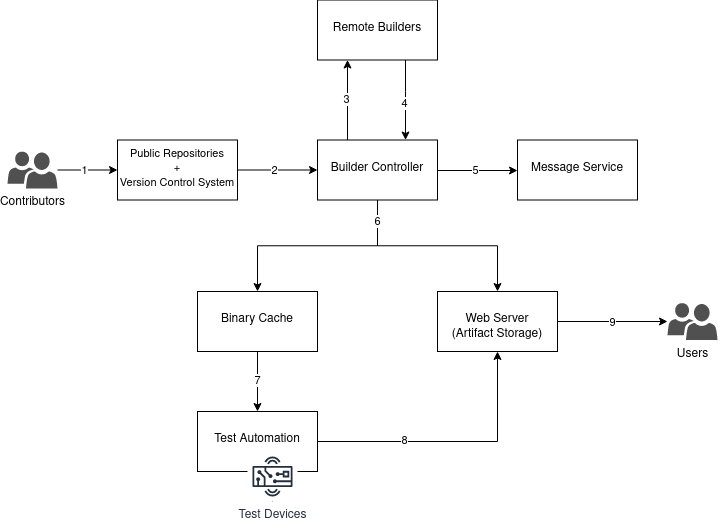
This is img/CICD_general.drawio.png from juliuskoskela/ghaf, a draw.io export, as it was before one commit. Source tidied: cells renumbered, new cells last; positions are measured from the earlier drawing's top-left corner, leaving out a move shared by most shapes.
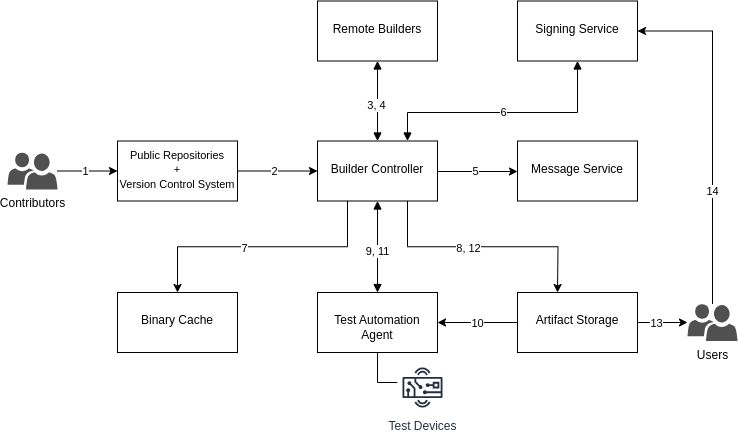
The same diagram one commit later.

Change to the diagram source:
```diff
@@ -20,15 +20,6 @@
     <mxCell id="7" value="&lt;font style=&quot;font-size: 11px;&quot;&gt;Public Repositories&lt;br&gt;+&lt;br&gt;Version Control System&lt;/font&gt;" style="rounded=1;whiteSpace=wrap;html=1;verticalAlign=top;sketch=0;shadow=0;dashed=0;align=center;arcSize=0;" parent="1" vertex="1">
       <mxGeometry x="110" y="140.5" width="120" height="60" as="geometry" />
     </mxCell>
-    <mxCell id="8" style="edgeStyle=orthogonalEdgeStyle;rounded=0;orthogonalLoop=1;jettySize=auto;html=1;" parent="1" edge="1">
-      <mxGeometry relative="1" as="geometry">
-        <mxPoint x="340" y="140.5" as="sourcePoint" />
-        <mxPoint x="340" y="60.5" as="targetPoint" />
-      </mxGeometry>
-    </mxCell>
-    <mxCell id="9" value="3" style="edgeLabel;html=1;align=center;verticalAlign=middle;" parent="8" vertex="1">
-      <mxGeometry x="0.02" y="1" relative="1" as="geometry" />
-    </mxCell>
     <mxCell id="10" style="edgeStyle=orthogonalEdgeStyle;rounded=0;orthogonalLoop=1;jettySize=auto;html=1;" parent="1" edge="1">
       <mxGeometry relative="1" as="geometry">
         <mxPoint x="430" y="171" as="sourcePoint" />
@@ -38,72 +29,98 @@
     <mxCell id="11" value="5" style="edgeLabel;html=1;align=center;verticalAlign=middle;" parent="10" vertex="1">
       <mxGeometry x="-0.06" relative="1" as="geometry" />
     </mxCell>
-    <mxCell id="12" style="edgeStyle=orthogonalEdgeStyle;rounded=0;jettySize=auto;html=1;" parent="1" edge="1" source="13" target="20">
+    <mxCell id="12" style="edgeStyle=orthogonalEdgeStyle;rounded=0;jettySize=auto;html=1;exitX=0.25;exitY=1;exitDx=0;exitDy=0;entryX=0.5;entryY=0;entryDx=0;entryDy=0;" parent="1" edge="1" source="13" target="20">
       <mxGeometry relative="1" as="geometry" />
     </mxCell>
+    <mxCell id="19" value="7" style="edgeLabel;html=1;align=center;verticalAlign=middle;" parent="12" vertex="1">
+      <mxGeometry x="0.14" y="1" relative="1" as="geometry" />
+    </mxCell>
+    <mxCell id="32" style="edgeStyle=orthogonalEdgeStyle;rounded=0;jettySize=auto;html=1;exitX=0.75;exitY=1;exitDx=0;exitDy=0;" parent="1" edge="1" source="13">
+      <mxGeometry relative="1" as="geometry">
+        <mxPoint x="550" y="292" as="targetPoint" />
+      </mxGeometry>
+    </mxCell>
+    <mxCell id="33" value="8, 12" style="edgeLabel;html=1;align=center;verticalAlign=middle;" parent="32" vertex="1">
+      <mxGeometry x="-0.12" y="-1" relative="1" as="geometry" />
+    </mxCell>
     <mxCell id="13" value="&lt;br&gt;Builder Controller" style="rounded=1;whiteSpace=wrap;html=1;verticalAlign=top;sketch=0;shadow=0;dashed=0;arcSize=0;" parent="1" vertex="1">
       <mxGeometry x="310" y="140.5" width="120" height="60" as="geometry" />
     </mxCell>
-    <mxCell id="14" style="edgeStyle=orthogonalEdgeStyle;rounded=0;orthogonalLoop=1;jettySize=auto;html=1;" parent="1" edge="1">
-      <mxGeometry relative="1" as="geometry">
-        <mxPoint x="398" y="60.5" as="sourcePoint" />
-        <mxPoint x="398" y="140.5" as="targetPoint" />
-        <Array as="points">
-          <mxPoint x="398" y="92" />
-          <mxPoint x="398" y="92" />
-        </Array>
-      </mxGeometry>
-    </mxCell>
-    <mxCell id="15" value="4" style="edgeLabel;html=1;align=center;verticalAlign=middle;" parent="14" vertex="1">
-      <mxGeometry x="0.07" y="-1" relative="1" as="geometry" />
-    </mxCell>
     <mxCell id="16" value="&lt;br&gt;Remote Builders" style="rounded=1;whiteSpace=wrap;html=1;verticalAlign=top;sketch=0;shadow=0;dashed=0;arcSize=0;" parent="1" vertex="1">
       <mxGeometry x="310" y="0.5" width="120" height="60" as="geometry" />
     </mxCell>
     <mxCell id="17" value="&lt;br&gt;Message Service" style="rounded=1;whiteSpace=wrap;html=1;verticalAlign=top;sketch=0;shadow=0;dashed=0;arcSize=0;" parent="1" vertex="1">
       <mxGeometry x="510" y="140.5" width="120" height="60" as="geometry" />
     </mxCell>
-    <mxCell id="18" style="edgeStyle=orthogonalEdgeStyle;rounded=0;jettySize=auto;html=1;" parent="1" edge="1" source="20" target="30">
-      <mxGeometry relative="1" as="geometry" />
-    </mxCell>
-    <mxCell id="19" value="7" style="edgeLabel;html=1;align=center;verticalAlign=middle;" parent="18" vertex="1">
-      <mxGeometry x="-0.03" relative="1" as="geometry" />
-    </mxCell>
     <mxCell id="20" value="&lt;br&gt;Binary Cache" style="rounded=1;whiteSpace=wrap;html=1;verticalAlign=top;sketch=0;shadow=0;dashed=0;arcSize=0;" parent="1" vertex="1">
-      <mxGeometry x="190" y="292" width="120" height="60" as="geometry" />
+      <mxGeometry x="110" y="292" width="120" height="60" as="geometry" />
     </mxCell>
     <mxCell id="21" style="edgeStyle=orthogonalEdgeStyle;rounded=0;jettySize=auto;html=1;" parent="1" edge="1" source="23" target="29">
       <mxGeometry relative="1" as="geometry" />
     </mxCell>
-    <mxCell id="22" value="9" style="edgeLabel;html=1;align=center;verticalAlign=middle;" parent="21" vertex="1">
-      <mxGeometry x="-0.01" y="-1" relative="1" as="geometry" />
-    </mxCell>
+    <mxCell id="34" value="13" style="edgeLabel;html=1;align=center;verticalAlign=middle;" parent="21" vertex="1">
+      <mxGeometry x="-0.26" relative="1" as="geometry">
+        <mxPoint y="1" as="offset" />
+      </mxGeometry>
+    </mxCell>
+    <mxCell id="35" style="edgeStyle=orthogonalEdgeStyle;rounded=0;jettySize=auto;html=1;exitX=0;exitY=0.5;exitDx=0;exitDy=0;entryX=1;entryY=0.5;entryDx=0;entryDy=0;" parent="1" edge="1" source="23" target="30">
+      <mxGeometry relative="1" as="geometry" />
+    </mxCell>
+    <mxCell id="36" value="10" style="edgeLabel;html=1;align=center;verticalAlign=middle;" parent="35" vertex="1">
+      <mxGeometry x="0.03" y="1" relative="1" as="geometry" />
+    </mxCell>
-    <mxCell id="23" value="&lt;br&gt;Web Server&lt;br&gt;(Artifact Storage)" style="rounded=1;whiteSpace=wrap;html=1;verticalAlign=top;sketch=0;shadow=0;dashed=0;arcSize=0;" parent="1" vertex="1">
-      <mxGeometry x="430" y="292" width="120" height="60" as="geometry" />
+    <mxCell id="23" value="&lt;br&gt;Artifact Storage" style="rounded=1;whiteSpace=wrap;html=1;verticalAlign=top;sketch=0;shadow=0;dashed=0;arcSize=0;" parent="1" vertex="1">
+      <mxGeometry x="510" y="292" width="120" height="60" as="geometry" />
     </mxCell>
-    <mxCell id="24" style="edgeStyle=orthogonalEdgeStyle;rounded=0;jettySize=auto;html=1;exitX=0.5;exitY=1;exitDx=0;exitDy=0;" parent="1" edge="1" source="13" target="23">
-      <mxGeometry relative="1" as="geometry" />
-    </mxCell>
-    <mxCell id="25" value="6" style="edgeLabel;html=1;align=center;verticalAlign=middle;" parent="24" vertex="1">
-      <mxGeometry x="-0.8" relative="1" as="geometry" />
-    </mxCell>
-    <mxCell id="26" style="edgeStyle=orthogonalEdgeStyle;rounded=0;jettySize=auto;html=1;entryX=0.5;entryY=1;entryDx=0;entryDy=0;" parent="1" edge="1" source="30" target="23">
-      <mxGeometry relative="1" as="geometry" />
-    </mxCell>
-    <mxCell id="27" value="8" style="edgeLabel;html=1;align=center;verticalAlign=middle;" parent="26" vertex="1">
-      <mxGeometry x="-0.35" y="1" relative="1" as="geometry" />
-    </mxCell>
-    <mxCell id="28" style="edgeStyle=orthogonalEdgeStyle;rounded=0;jettySize=auto;html=1;dashed=1;endArrow=none;endFill=0;" parent="1" edge="1" source="30" target="31">
-      <mxGeometry relative="1" as="geometry" />
+    <mxCell id="28" style="edgeStyle=orthogonalEdgeStyle;rounded=0;jettySize=auto;html=1;endArrow=none;endFill=0;" parent="1" edge="1" source="30" target="31">
+      <mxGeometry relative="1" as="geometry">
+        <Array as="points">
+          <mxPoint x="370" y="382" />
+        </Array>
+      </mxGeometry>
     </mxCell>
+    <mxCell id="37" style="edgeStyle=orthogonalEdgeStyle;rounded=0;jettySize=auto;html=1;exitX=0.5;exitY=0;exitDx=0;exitDy=0;exitPerimeter=0;entryX=1;entryY=0.5;entryDx=0;entryDy=0;" parent="1" edge="1" source="29" target="39">
+      <mxGeometry relative="1" as="geometry" />
+    </mxCell>
+    <mxCell id="38" value="14" style="edgeLabel;html=1;align=center;verticalAlign=middle;" parent="37" vertex="1">
+      <mxGeometry x="-0.35" relative="1" as="geometry" />
+    </mxCell>
     <mxCell id="29" value="Users" style="sketch=0;shadow=0;dashed=0;html=1;strokeColor=none;labelPosition=center;verticalLabelPosition=bottom;verticalAlign=top;align=center;fillColor=#505050;shape=mxgraph.mscae.intune.user_group;flipV=0;" parent="1" vertex="1">
-      <mxGeometry x="660" y="303.5" width="50" height="37" as="geometry" />
+      <mxGeometry x="680" y="303.5" width="50" height="37" as="geometry" />
     </mxCell>
-    <mxCell id="30" value="&lt;br&gt;Test Automation" style="rounded=1;whiteSpace=wrap;html=1;verticalAlign=top;sketch=0;shadow=0;dashed=0;arcSize=0;gradientColor=none;" parent="1" vertex="1">
-      <mxGeometry x="190" y="412" width="120" height="60" as="geometry" />
+    <mxCell id="30" value="&lt;br&gt;Test Automation Agent" style="rounded=1;whiteSpace=wrap;html=1;verticalAlign=top;sketch=0;shadow=0;dashed=0;arcSize=0;gradientColor=none;" parent="1" vertex="1">
+      <mxGeometry x="310" y="292" width="120" height="60" as="geometry" />
     </mxCell>
     <mxCell id="31" value="Test Devices" style="sketch=0;outlineConnect=0;fontColor=#232F3E;gradientColor=none;strokeColor=#232F3E;fillColor=#ffffff;dashed=0;verticalLabelPosition=bottom;verticalAlign=top;align=center;html=1;fontSize=12;fontStyle=0;shape=mxgraph.aws4.resourceIcon;resIcon=mxgraph.aws4.hardware_board;" parent="1" vertex="1">
-      <mxGeometry x="240" y="452" width="50" height="50" as="geometry" />
+      <mxGeometry x="390" y="362" width="50" height="50" as="geometry" />
     </mxCell>
+    <mxCell id="39" value="&lt;br&gt;Signing Service" style="rounded=1;whiteSpace=wrap;html=1;verticalAlign=top;sketch=0;shadow=0;dashed=0;arcSize=0;" parent="1" vertex="1">
+      <mxGeometry x="510" y="0.5" width="120" height="60" as="geometry" />
+    </mxCell>
+    <mxCell id="40" style="endArrow=block;startArrow=block;endFill=1;startFill=1;html=1;rounded=0;exitX=0.5;exitY=1;exitDx=0;exitDy=0;" parent="1" edge="1" source="13">
+      <mxGeometry relative="1" as="geometry">
+        <mxPoint x="370" y="292" as="targetPoint" />
+      </mxGeometry>
+    </mxCell>
+    <mxCell id="41" value="9, 11" style="edgeLabel;html=1;align=center;verticalAlign=middle;" parent="40" vertex="1">
+      <mxGeometry x="0.1" relative="1" as="geometry" />
+    </mxCell>
+    <mxCell id="42" style="endArrow=block;startArrow=block;endFill=1;startFill=1;html=1;rounded=0;exitX=0.5;exitY=1;exitDx=0;exitDy=0;entryX=0.5;entryY=0;entryDx=0;entryDy=0;" parent="1" edge="1" source="16" target="13">
+      <mxGeometry relative="1" as="geometry" />
+    </mxCell>
+    <mxCell id="43" value="3, 4" style="edgeLabel;html=1;align=center;verticalAlign=middle;" parent="42" vertex="1">
+      <mxGeometry x="0.11" y="-1" relative="1" as="geometry" />
+    </mxCell>
+    <mxCell id="44" style="endArrow=block;startArrow=block;endFill=1;startFill=1;html=1;rounded=0;exitX=0.75;exitY=0;exitDx=0;exitDy=0;entryX=0.5;entryY=1;entryDx=0;entryDy=0;" parent="1" edge="1" source="13" target="39">
+      <mxGeometry relative="1" as="geometry">
+        <Array as="points">
+          <mxPoint x="400" y="112" />
+          <mxPoint x="570" y="112" />
+        </Array>
+      </mxGeometry>
+    </mxCell>
+    <mxCell id="25" value="6" style="edgeLabel;html=1;align=center;verticalAlign=middle;" parent="44" vertex="1">
+      <mxGeometry relative="1" as="geometry" />
+    </mxCell>
   </root>
 </mxGraphModel>
```
